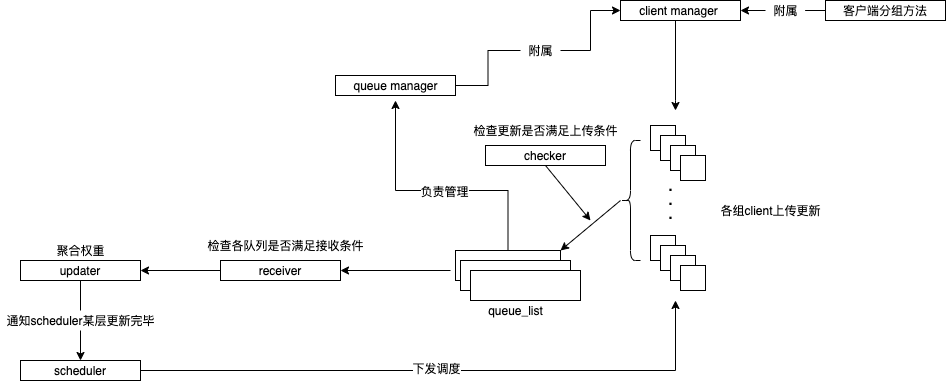
NUAA-SmartSensing/FedModule keeps this draw.io diagram as fedsemi.png. Above is the earlier version. Source tidied: cells renumbered, new cells last; positions are measured from the earlier drawing's top-left corner, leaving out a move shared by most shapes. Source of this version:
```xml
<mxGraphModel>
  <root>
    <mxCell id="0" />
    <mxCell id="1" parent="0" />
    <mxCell id="2" style="edgeStyle=orthogonalEdgeStyle;rounded=0;jettySize=auto;html=1;fontSize=20;" parent="1" edge="1" source="4">
      <mxGeometry relative="1" as="geometry">
        <mxPoint x="395" y="100" as="targetPoint" />
        <Array as="points">
          <mxPoint x="508" y="190" />
          <mxPoint x="395" y="190" />
        </Array>
      </mxGeometry>
    </mxCell>
    <mxCell id="3" value="负责管理" style="edgeLabel;html=1;align=center;verticalAlign=middle;fontSize=12;" parent="2" vertex="1">
      <mxGeometry x="-0.05" y="2" relative="1" as="geometry">
        <mxPoint x="1" y="-2" as="offset" />
      </mxGeometry>
    </mxCell>
    <mxCell id="4" style="rounded=0;whiteSpace=wrap;html=1;" parent="1" vertex="1">
      <mxGeometry x="455" y="250" width="105" height="30" as="geometry" />
    </mxCell>
    <mxCell id="5" value="queue_list" style="text;html=1;align=center;verticalAlign=middle;strokeColor=none;fillColor=none;" parent="1" vertex="1">
      <mxGeometry x="480" y="300" width="70" height="20" as="geometry" />
    </mxCell>
    <mxCell id="6" style="rounded=0;whiteSpace=wrap;html=1;" parent="1" vertex="1">
      <mxGeometry x="460" y="260" width="110" height="30" as="geometry" />
    </mxCell>
    <mxCell id="7" style="rounded=0;whiteSpace=wrap;html=1;" parent="1" vertex="1">
      <mxGeometry x="470" y="270" width="110" height="30" as="geometry" />
    </mxCell>
    <mxCell id="8" style="endArrow=classic;html=1;rounded=0;entryX=1;entryY=0;entryDx=0;entryDy=0;" parent="1" edge="1" target="4">
      <mxGeometry relative="1" as="geometry">
        <mxPoint x="620" y="200" as="sourcePoint" />
      </mxGeometry>
    </mxCell>
    <mxCell id="9" style="shape=curlyBracket;whiteSpace=wrap;html=1;rounded=1;" parent="1" vertex="1">
      <mxGeometry x="620" y="140" width="20" height="120" as="geometry" />
    </mxCell>
    <mxCell id="10" value="各组client上传更新" style="text;html=1;align=center;verticalAlign=middle;strokeColor=none;fillColor=none;" parent="1" vertex="1">
      <mxGeometry x="710" y="200" width="120" height="20" as="geometry" />
    </mxCell>
    <mxCell id="11" style="endArrow=classic;html=1;rounded=0;" parent="1" edge="1">
      <mxGeometry relative="1" as="geometry">
        <mxPoint x="450" y="270" as="sourcePoint" />
        <mxPoint x="340" y="270" as="targetPoint" />
      </mxGeometry>
    </mxCell>
    <mxCell id="12" style="edgeStyle=orthogonalEdgeStyle;rounded=0;jettySize=auto;html=1;entryX=0;entryY=0.5;entryDx=0;entryDy=0;fontSize=12;startArrow=none;" parent="1" edge="1" source="47" target="26">
      <mxGeometry relative="1" as="geometry" />
    </mxCell>
    <mxCell id="13" style="rounded=0;whiteSpace=wrap;html=1;" parent="1" vertex="1">
      <mxGeometry x="335" y="75" width="120" height="20" as="geometry" />
    </mxCell>
    <mxCell id="14" style="endArrow=classic;html=1;rounded=0;exitX=0.5;exitY=1;exitDx=0;exitDy=0;" parent="1" edge="1" source="51">
      <mxGeometry relative="1" as="geometry">
        <mxPoint x="590" y="220" as="targetPoint" />
      </mxGeometry>
    </mxCell>
    <mxCell id="15" value="检查更新是否满足上传条件" style="text;html=1;align=center;verticalAlign=middle;strokeColor=none;fillColor=none;" parent="1" vertex="1">
      <mxGeometry x="465" y="120" width="160" height="20" as="geometry" />
    </mxCell>
    <mxCell id="16" style="edgeStyle=orthogonalEdgeStyle;rounded=0;jettySize=auto;html=1;" parent="1" edge="1" source="17" target="20">
      <mxGeometry relative="1" as="geometry" />
    </mxCell>
    <mxCell id="17" value="receiver" style="rounded=0;whiteSpace=wrap;html=1;" parent="1" vertex="1">
      <mxGeometry x="220" y="260" width="120" height="20" as="geometry" />
    </mxCell>
    <mxCell id="18" value="检查各队列是否满足接收条件" style="text;html=1;align=center;verticalAlign=middle;strokeColor=none;fillColor=none;" parent="1" vertex="1">
      <mxGeometry x="200" y="235" width="170" height="20" as="geometry" />
    </mxCell>
    <mxCell id="19" style="edgeStyle=orthogonalEdgeStyle;rounded=0;jettySize=auto;html=1;startArrow=none;" parent="1" edge="1" source="52" target="24">
      <mxGeometry relative="1" as="geometry" />
    </mxCell>
    <mxCell id="20" value="updater" style="rounded=0;whiteSpace=wrap;html=1;" parent="1" vertex="1">
      <mxGeometry x="20" y="260" width="120" height="20" as="geometry" />
    </mxCell>
    <mxCell id="21" value="聚合权重" style="text;html=1;align=center;verticalAlign=middle;strokeColor=none;fillColor=none;" parent="1" vertex="1">
      <mxGeometry x="50" y="240" width="60" height="20" as="geometry" />
    </mxCell>
    <mxCell id="22" style="edgeStyle=orthogonalEdgeStyle;rounded=0;jettySize=auto;html=1;" parent="1" edge="1" source="24">
      <mxGeometry relative="1" as="geometry">
        <mxPoint x="675" y="300" as="targetPoint" />
      </mxGeometry>
    </mxCell>
    <mxCell id="23" value="下发调度" style="edgeLabel;html=1;align=center;verticalAlign=middle;fontSize=12;" parent="22" vertex="1">
      <mxGeometry x="-0.02" y="3" relative="1" as="geometry" />
    </mxCell>
    <mxCell id="24" value="scheduler" style="rounded=0;whiteSpace=wrap;html=1;" parent="1" vertex="1">
      <mxGeometry x="20" y="360" width="120" height="20" as="geometry" />
    </mxCell>
    <mxCell id="25" style="edgeStyle=orthogonalEdgeStyle;rounded=0;jettySize=auto;html=1;" parent="1" edge="1" source="26">
      <mxGeometry relative="1" as="geometry">
        <mxPoint x="675" y="110" as="targetPoint" />
        <Array as="points">
          <mxPoint x="675" y="100" />
        </Array>
      </mxGeometry>
    </mxCell>
    <mxCell id="26" style="rounded=0;whiteSpace=wrap;html=1;" parent="1" vertex="1">
      <mxGeometry x="620" width="120" height="20" as="geometry" />
    </mxCell>
    <mxCell id="27" value="client manager" style="text;html=1;align=center;verticalAlign=middle;strokeColor=none;fillColor=none;" parent="1" vertex="1">
      <mxGeometry x="632.5" width="90" height="20" as="geometry" />
    </mxCell>
    <mxCell id="28" style="rounded=0;whiteSpace=wrap;html=1;" parent="1" vertex="1">
      <mxGeometry x="650" y="125" width="25" height="25" as="geometry" />
    </mxCell>
    <mxCell id="29" style="rounded=0;whiteSpace=wrap;html=1;" parent="1" vertex="1">
      <mxGeometry x="660" y="135" width="25" height="25" as="geometry" />
    </mxCell>
    <mxCell id="30" style="rounded=0;whiteSpace=wrap;html=1;" parent="1" vertex="1">
      <mxGeometry x="670" y="145" width="25" height="25" as="geometry" />
    </mxCell>
    <mxCell id="31" style="rounded=0;whiteSpace=wrap;html=1;" parent="1" vertex="1">
      <mxGeometry x="680" y="155" width="25" height="25" as="geometry" />
    </mxCell>
    <mxCell id="32" style="rounded=0;whiteSpace=wrap;html=1;" parent="1" vertex="1">
      <mxGeometry x="660" y="135" width="25" height="25" as="geometry" />
    </mxCell>
    <mxCell id="33" style="rounded=0;whiteSpace=wrap;html=1;" parent="1" vertex="1">
      <mxGeometry x="670" y="145" width="25" height="25" as="geometry" />
    </mxCell>
    <mxCell id="34" style="rounded=0;whiteSpace=wrap;html=1;" parent="1" vertex="1">
      <mxGeometry x="680" y="155" width="25" height="25" as="geometry" />
    </mxCell>
    <mxCell id="35" style="group;" parent="1" vertex="1">
      <mxGeometry x="650" y="235" width="55" height="55" as="geometry" />
    </mxCell>
    <mxCell id="36" style="rounded=0;whiteSpace=wrap;html=1;" parent="35" vertex="1">
      <mxGeometry width="25" height="25" as="geometry" />
    </mxCell>
    <mxCell id="37" style="rounded=0;whiteSpace=wrap;html=1;" parent="35" vertex="1">
      <mxGeometry x="10" y="10" width="25" height="25" as="geometry" />
    </mxCell>
    <mxCell id="38" style="rounded=0;whiteSpace=wrap;html=1;" parent="35" vertex="1">
      <mxGeometry x="20" y="20" width="25" height="25" as="geometry" />
    </mxCell>
    <mxCell id="39" style="rounded=0;whiteSpace=wrap;html=1;" parent="35" vertex="1">
      <mxGeometry x="30" y="30" width="25" height="25" as="geometry" />
    </mxCell>
    <mxCell id="40" style="rounded=0;whiteSpace=wrap;html=1;" parent="35" vertex="1">
      <mxGeometry x="10" y="10" width="25" height="25" as="geometry" />
    </mxCell>
    <mxCell id="41" style="rounded=0;whiteSpace=wrap;html=1;" parent="35" vertex="1">
      <mxGeometry x="20" y="20" width="25" height="25" as="geometry" />
    </mxCell>
    <mxCell id="42" style="rounded=0;whiteSpace=wrap;html=1;" parent="35" vertex="1">
      <mxGeometry x="30" y="30" width="25" height="25" as="geometry" />
    </mxCell>
    <mxCell id="43" value="&lt;font style=&quot;font-size: 20px ; line-height: 0&quot;&gt;.&lt;br&gt;.&lt;br&gt;.&lt;/font&gt;" style="text;html=1;align=center;verticalAlign=middle;strokeColor=none;fillColor=none;" parent="1" vertex="1">
      <mxGeometry x="660" y="175" width="20" height="50" as="geometry" />
    </mxCell>
    <mxCell id="44" value="queue manager" style="text;html=1;align=center;verticalAlign=middle;strokeColor=none;fillColor=none;fontSize=12;" parent="1" vertex="1">
      <mxGeometry x="345" y="75" width="100" height="20" as="geometry" />
    </mxCell>
    <mxCell id="45" style="edgeStyle=orthogonalEdgeStyle;rounded=0;jettySize=auto;html=1;entryX=1;entryY=0.5;entryDx=0;entryDy=0;fontSize=12;startArrow=none;" parent="1" edge="1" source="49" target="26">
      <mxGeometry relative="1" as="geometry" />
    </mxCell>
    <mxCell id="46" value="客户端分组方法" style="rounded=0;whiteSpace=wrap;html=1;" parent="1" vertex="1">
      <mxGeometry x="825" width="120" height="20" as="geometry" />
    </mxCell>
    <mxCell id="47" value="附属" style="text;html=1;align=center;verticalAlign=middle;points=[];strokeColor=none;fillColor=none;fontSize=12;" parent="1" vertex="1">
      <mxGeometry x="520" y="40" width="40" height="20" as="geometry" />
    </mxCell>
    <mxCell id="48" style="edgeStyle=orthogonalEdgeStyle;rounded=0;jettySize=auto;html=1;entryX=0;entryY=0.5;entryDx=0;entryDy=0;fontSize=12;endArrow=none;" parent="1" edge="1" source="13" target="47">
      <mxGeometry relative="1" as="geometry" />
    </mxCell>
    <mxCell id="49" value="附属" style="text;html=1;align=center;verticalAlign=middle;points=[];strokeColor=none;fillColor=none;fontSize=12;" parent="1" vertex="1">
      <mxGeometry x="765" width="40" height="20" as="geometry" />
    </mxCell>
    <mxCell id="50" style="edgeStyle=orthogonalEdgeStyle;rounded=0;jettySize=auto;html=1;entryX=1;entryY=0.5;entryDx=0;entryDy=0;fontSize=12;endArrow=none;" parent="1" edge="1" source="46" target="49">
      <mxGeometry relative="1" as="geometry" />
    </mxCell>
    <mxCell id="51" value="checker" style="rounded=0;whiteSpace=wrap;html=1;" parent="1" vertex="1">
      <mxGeometry x="485" y="145" width="120" height="20" as="geometry" />
    </mxCell>
    <mxCell id="52" value="通知scheduler某层更新完毕" style="text;html=1;align=center;verticalAlign=middle;points=[];strokeColor=none;fillColor=none;" parent="1" vertex="1">
      <mxGeometry y="310" width="160" height="20" as="geometry" />
    </mxCell>
    <mxCell id="53" style="edgeStyle=orthogonalEdgeStyle;rounded=0;jettySize=auto;html=1;endArrow=none;" parent="1" edge="1" source="20" target="52">
      <mxGeometry relative="1" as="geometry" />
    </mxCell>
  </root>
</mxGraphModel>
```
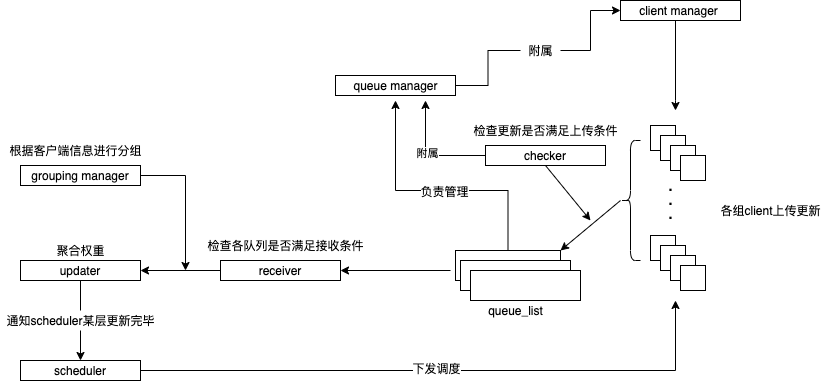
Later version of the same file.

The edit, as a diff of the source:
```diff
@@ -153,11 +153,13 @@
     <mxCell id="44" value="queue manager" style="text;html=1;align=center;verticalAlign=middle;strokeColor=none;fillColor=none;fontSize=12;" parent="1" vertex="1">
       <mxGeometry x="345" y="75" width="100" height="20" as="geometry" />
     </mxCell>
-    <mxCell id="45" style="edgeStyle=orthogonalEdgeStyle;rounded=0;jettySize=auto;html=1;entryX=1;entryY=0.5;entryDx=0;entryDy=0;fontSize=12;startArrow=none;" parent="1" edge="1" source="49" target="26">
-      <mxGeometry relative="1" as="geometry" />
-    </mxCell>
+    <mxCell id="54" style="edgeStyle=orthogonalEdgeStyle;rounded=0;jettySize=auto;html=1;" parent="1" edge="1" source="46">
+      <mxGeometry relative="1" as="geometry">
+        <mxPoint x="185" y="270" as="targetPoint" />
+      </mxGeometry>
+    </mxCell>
-    <mxCell id="46" value="客户端分组方法" style="rounded=0;whiteSpace=wrap;html=1;" parent="1" vertex="1">
-      <mxGeometry x="825" width="120" height="20" as="geometry" />
+    <mxCell id="46" value="grouping manager" style="rounded=0;whiteSpace=wrap;html=1;" parent="1" vertex="1">
+      <mxGeometry x="20" y="165" width="120" height="20" as="geometry" />
     </mxCell>
     <mxCell id="47" value="附属" style="text;html=1;align=center;verticalAlign=middle;points=[];strokeColor=none;fillColor=none;fontSize=12;" parent="1" vertex="1">
       <mxGeometry x="520" y="40" width="40" height="20" as="geometry" />
@@ -165,12 +167,17 @@
     <mxCell id="48" style="edgeStyle=orthogonalEdgeStyle;rounded=0;jettySize=auto;html=1;entryX=0;entryY=0.5;entryDx=0;entryDy=0;fontSize=12;endArrow=none;" parent="1" edge="1" source="13" target="47">
       <mxGeometry relative="1" as="geometry" />
     </mxCell>
+    <mxCell id="55" style="edgeStyle=orthogonalEdgeStyle;rounded=0;jettySize=auto;html=1;" parent="1" edge="1" source="51">
+      <mxGeometry relative="1" as="geometry">
+        <mxPoint x="425" y="100" as="targetPoint" />
+        <Array as="points">
+          <mxPoint x="425" y="155" />
+        </Array>
+      </mxGeometry>
+    </mxCell>
-    <mxCell id="49" value="附属" style="text;html=1;align=center;verticalAlign=middle;points=[];strokeColor=none;fillColor=none;fontSize=12;" parent="1" vertex="1">
-      <mxGeometry x="765" width="40" height="20" as="geometry" />
+    <mxCell id="49" value="附属" style="edgeLabel;html=1;align=center;verticalAlign=middle;points=[];" parent="55" vertex="1">
+      <mxGeometry x="0.02" y="-3" relative="1" as="geometry" />
     </mxCell>
-    <mxCell id="50" style="edgeStyle=orthogonalEdgeStyle;rounded=0;jettySize=auto;html=1;entryX=1;entryY=0.5;entryDx=0;entryDy=0;fontSize=12;endArrow=none;" parent="1" edge="1" source="46" target="49">
-      <mxGeometry relative="1" as="geometry" />
-    </mxCell>
     <mxCell id="51" value="checker" style="rounded=0;whiteSpace=wrap;html=1;" parent="1" vertex="1">
       <mxGeometry x="485" y="145" width="120" height="20" as="geometry" />
     </mxCell>
@@ -180,5 +187,8 @@
     <mxCell id="53" style="edgeStyle=orthogonalEdgeStyle;rounded=0;jettySize=auto;html=1;endArrow=none;" parent="1" edge="1" source="20" target="52">
       <mxGeometry relative="1" as="geometry" />
     </mxCell>
+    <mxCell id="56" value="根据客户端信息进行分组" style="text;html=1;align=center;verticalAlign=middle;strokeColor=none;fillColor=none;" parent="1" vertex="1">
+      <mxGeometry y="140" width="150" height="20" as="geometry" />
+    </mxCell>
   </root>
 </mxGraphModel>
```
